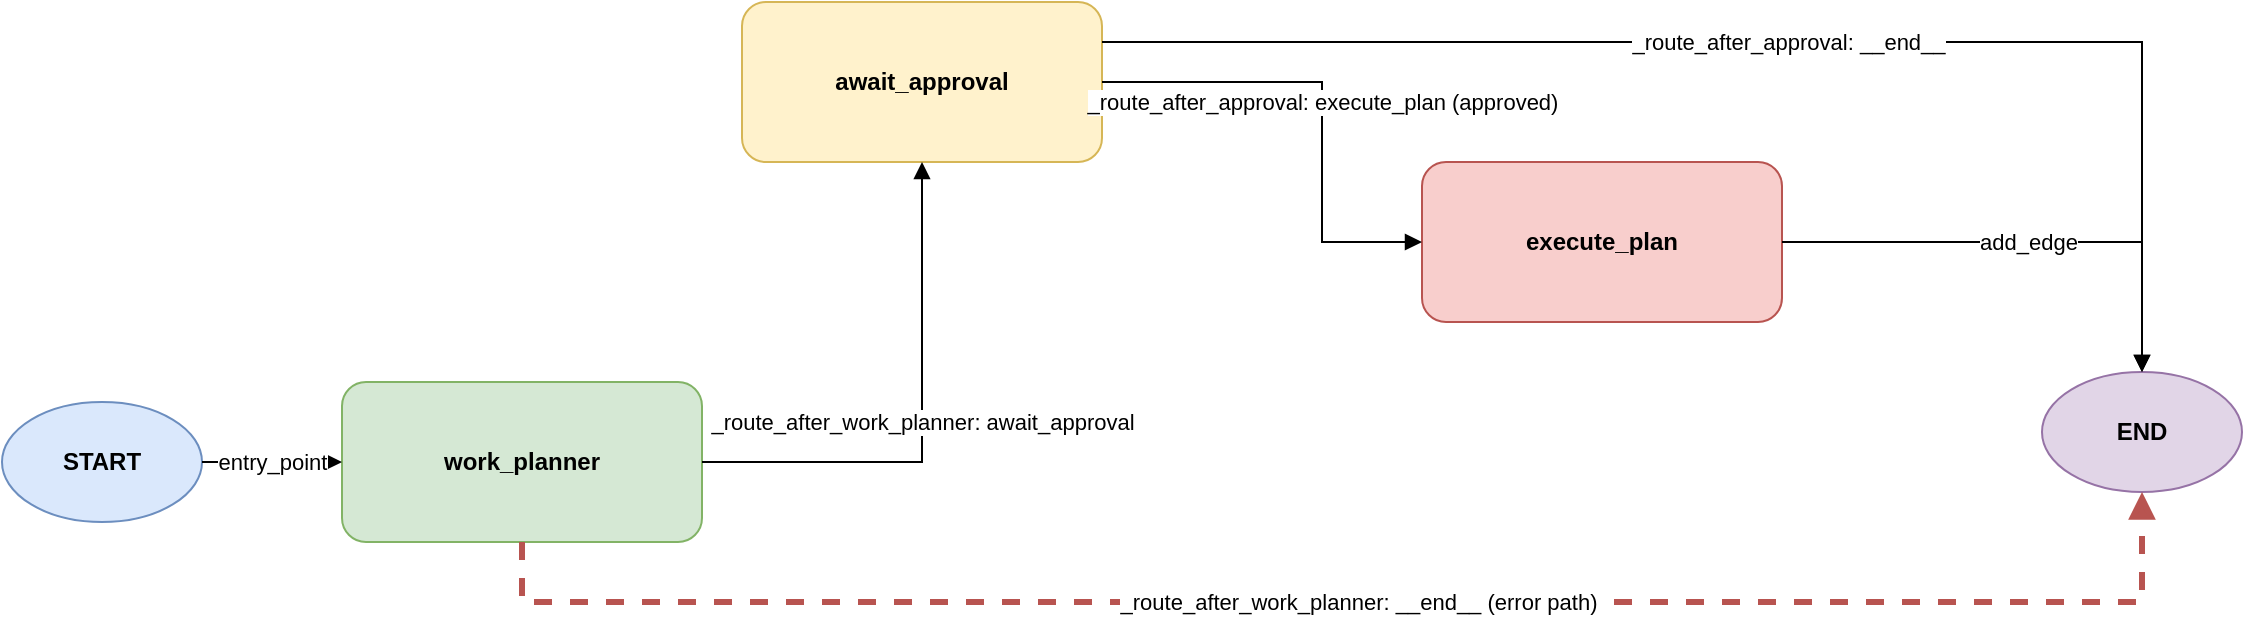
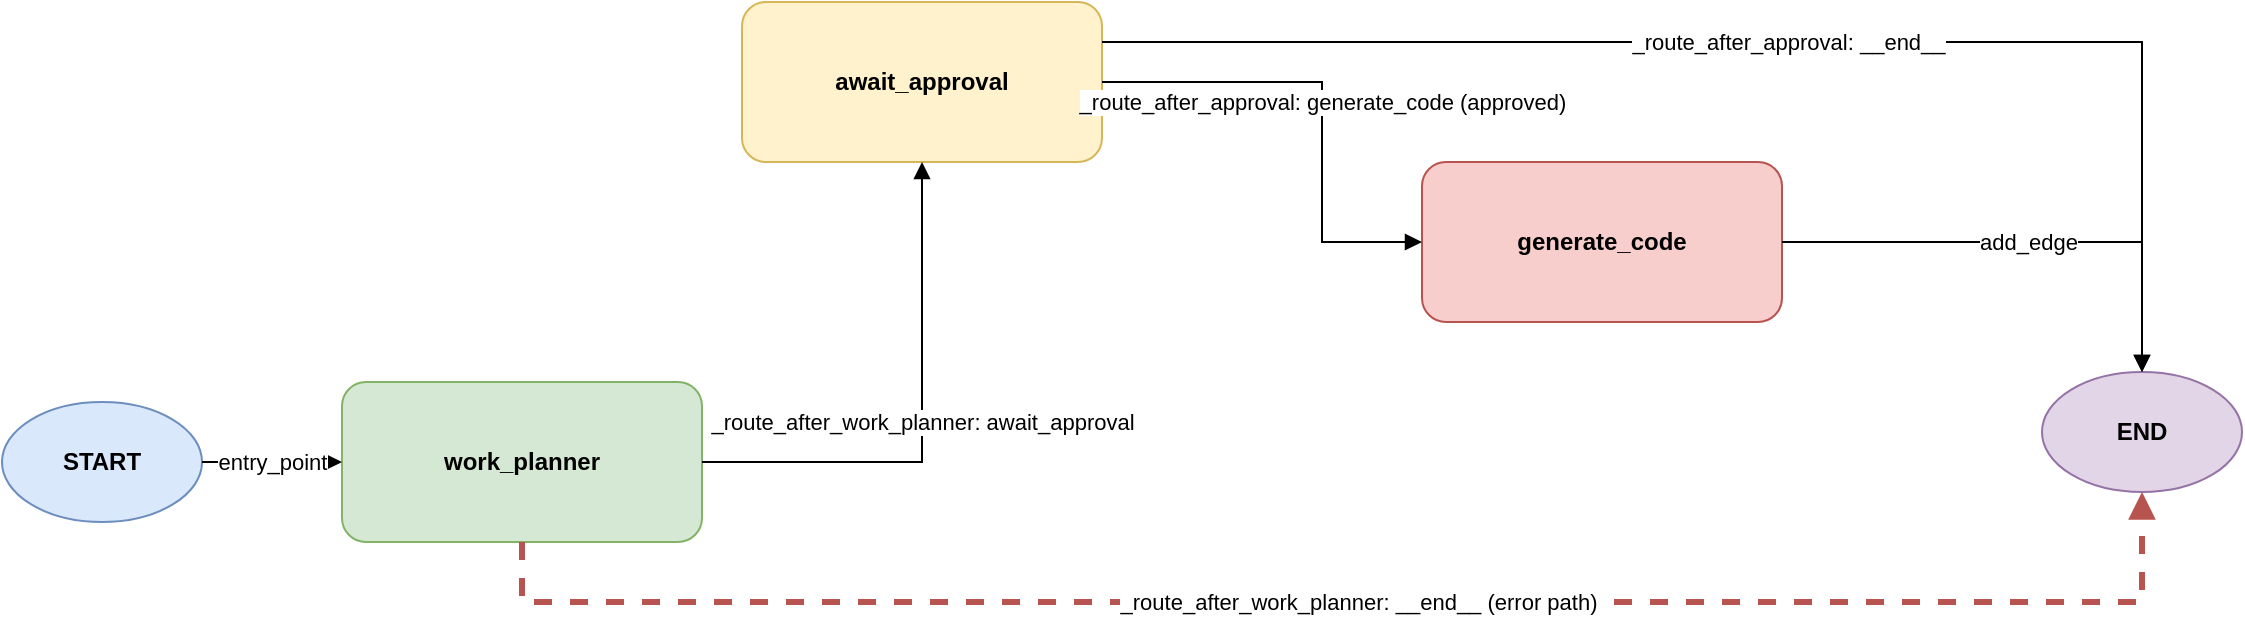
<mxfile host="65bd71144e">
    <diagram id="orchestrator-stategraph" name="Orchestrator StateGraph">
        <mxGraphModel dx="1053" dy="829" grid="1" gridSize="10" guides="1" tooltips="1" connect="1" arrows="1" fold="1" page="1" pageScale="1" pageWidth="1600" pageHeight="900" math="0" shadow="0">
            <root>
                <mxCell id="0"/>
                <mxCell id="1" parent="0"/>
                <mxCell id="start" value="START" style="ellipse;whiteSpace=wrap;html=1;fillColor=#dae8fc;strokeColor=#6c8ebf;fontStyle=1;" parent="1" vertex="1">
                    <mxGeometry x="60" y="240" width="100" height="60" as="geometry"/>
                </mxCell>
                <mxCell id="work_planner" value="work_planner" style="rounded=1;whiteSpace=wrap;html=1;fillColor=#d5e8d4;strokeColor=#82b366;fontStyle=1;" parent="1" vertex="1">
                    <mxGeometry x="230" y="230" width="180" height="80" as="geometry"/>
                </mxCell>
                <mxCell id="await_approval" value="await_approval" style="rounded=1;whiteSpace=wrap;html=1;fillColor=#fff2cc;strokeColor=#d6b656;fontStyle=1;" parent="1" vertex="1">
                    <mxGeometry x="430" y="40" width="180" height="80" as="geometry"/>
                </mxCell>
-                 <mxCell id="execute_plan" value="execute_plan" style="rounded=1;whiteSpace=wrap;html=1;fillColor=#f8cecc;strokeColor=#b85450;fontStyle=1;" parent="1" vertex="1">
+                 <mxCell id="generate_code" value="generate_code" style="rounded=1;whiteSpace=wrap;html=1;fillColor=#f8cecc;strokeColor=#b85450;fontStyle=1;" parent="1" vertex="1">
                    <mxGeometry x="770" y="120" width="180" height="80" as="geometry"/>
                </mxCell>
                <mxCell id="end" value="END" style="ellipse;whiteSpace=wrap;html=1;fillColor=#e1d5e7;strokeColor=#9673a6;fontStyle=1;" parent="1" vertex="1">
                    <mxGeometry x="1080" y="225" width="100" height="60" as="geometry"/>
                </mxCell>
                <mxCell id="e1" value="entry_point" style="edgeStyle=orthogonalEdgeStyle;rounded=0;orthogonalLoop=1;jettySize=auto;html=1;endArrow=block;endFill=1;" parent="1" source="start" target="work_planner" edge="1">
                    <mxGeometry relative="1" as="geometry"/>
                </mxCell>
                <mxCell id="e2" value="_route_after_work_planner: await_approval" style="edgeStyle=orthogonalEdgeStyle;rounded=0;orthogonalLoop=1;jettySize=auto;html=1;endArrow=block;endFill=1;" parent="1" source="work_planner" target="await_approval" edge="1">
                    <mxGeometry relative="1" as="geometry"/>
                </mxCell>
                <mxCell id="e3" value="_route_after_work_planner: __end__ (error path)" style="edgeStyle=orthogonalEdgeStyle;rounded=0;orthogonalLoop=1;jettySize=auto;html=1;endArrow=block;endFill=1;strokeColor=#b85450;strokeWidth=3;dashed=1;" parent="1" source="work_planner" target="end" edge="1">
                    <mxGeometry x="0.0011" relative="1" as="geometry">
                        <Array as="points">
                            <mxPoint x="500" y="340"/>
                            <mxPoint x="960" y="340"/>
                        </Array>
                        <mxPoint as="offset"/>
                    </mxGeometry>
                </mxCell>
-                 <mxCell id="e4" value="_route_after_approval: execute_plan (approved)" style="edgeStyle=orthogonalEdgeStyle;rounded=0;orthogonalLoop=1;jettySize=auto;html=1;endArrow=block;endFill=1;" parent="1" source="await_approval" target="execute_plan" edge="1">
+                 <mxCell id="e4" value="_route_after_approval: generate_code (approved)" style="edgeStyle=orthogonalEdgeStyle;rounded=0;orthogonalLoop=1;jettySize=auto;html=1;endArrow=block;endFill=1;" parent="1" source="await_approval" target="generate_code" edge="1">
                    <mxGeometry relative="1" as="geometry">
                        <Array as="points">
                            <mxPoint x="720" y="80"/>
                            <mxPoint x="720" y="160"/>
                        </Array>
                    </mxGeometry>
                </mxCell>
                <mxCell id="e5" value="_route_after_approval: __end__" style="edgeStyle=orthogonalEdgeStyle;rounded=0;orthogonalLoop=1;jettySize=auto;html=1;endArrow=block;endFill=1;" parent="1" source="await_approval" target="end" edge="1">
                    <mxGeometry relative="1" as="geometry">
                        <Array as="points">
                            <mxPoint x="770" y="60"/>
                            <mxPoint x="1120" y="60"/>
                        </Array>
                    </mxGeometry>
                </mxCell>
-                 <mxCell id="e6" value="add_edge" style="edgeStyle=orthogonalEdgeStyle;rounded=0;orthogonalLoop=1;jettySize=auto;html=1;endArrow=block;endFill=1;" parent="1" source="execute_plan" target="end" edge="1">
+                 <mxCell id="e6" value="add_edge" style="edgeStyle=orthogonalEdgeStyle;rounded=0;orthogonalLoop=1;jettySize=auto;html=1;endArrow=block;endFill=1;" parent="1" source="generate_code" target="end" edge="1">
                    <mxGeometry relative="1" as="geometry"/>
                </mxCell>
            </root>
        </mxGraphModel>
    </diagram>
</mxfile>
